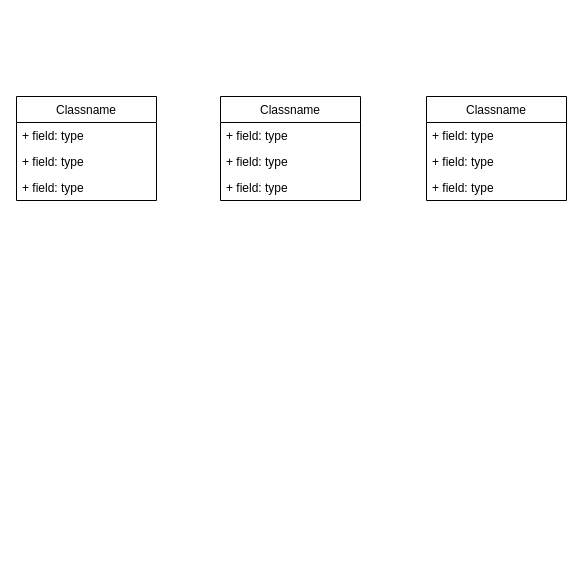
This is Documentation/Diagrams/DrawIO/SynchronesArbeitenTest.drawio from xrchisense/xrevent-client-unity, a draw.io file, before an edit. Source tidied: cells renumbered, new cells numbered last; positions are measured from the earlier drawing's top-left corner, leaving out a move shared by most shapes. Both pictures are drawn from the tidied source at 100%, with x=0, y=0 at pixel (16, 96).
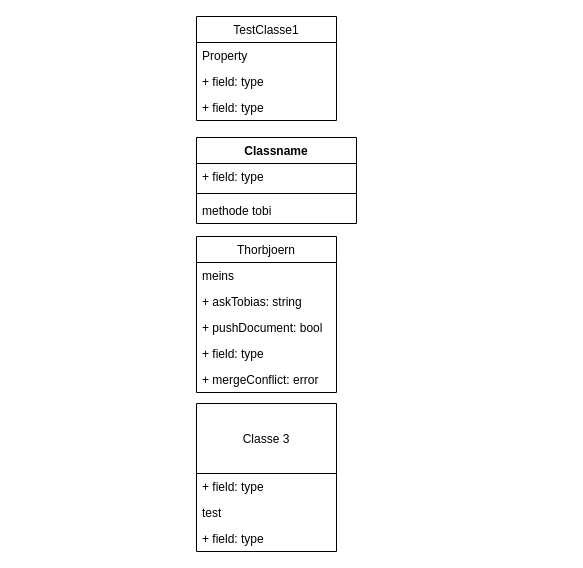
After the change.

What changed in the source:
```diff
@@
 <mxGraphModel>
   <root>
     <mxCell id="0" />
     <mxCell id="1" parent="0" />
-    <mxCell id="2" value="Classname" style="swimlane;fontStyle=0;horizontal=1;startSize=26;fillColor=none;" parent="1" vertex="1">
-      <mxGeometry width="140" height="104" as="geometry" />
+    <mxCell id="2" value="TestClasse1" style="swimlane;fontStyle=0;horizontal=1;startSize=26;fillColor=none;" parent="1" vertex="1">
+      <mxGeometry x="180" y="-80" width="140" height="104" as="geometry" />
     </mxCell>
-    <mxCell id="3" value="+ field: type" style="text;strokeColor=none;fillColor=none;align=left;verticalAlign=top;spacingLeft=4;spacingRight=4;overflow=hidden;" parent="2" vertex="1">
+    <mxCell id="3" value="Property" style="text;strokeColor=none;fillColor=none;align=left;verticalAlign=top;spacingLeft=4;spacingRight=4;overflow=hidden;" parent="2" vertex="1">
       <mxGeometry y="26" width="140" height="26" as="geometry" />
     </mxCell>
     <mxCell id="4" value="+ field: type" style="text;strokeColor=none;fillColor=none;align=left;verticalAlign=top;spacingLeft=4;spacingRight=4;overflow=hidden;" parent="2" vertex="1">
       <mxGeometry y="52" width="140" height="26" as="geometry" />
     </mxCell>
     <mxCell id="5" value="+ field: type" style="text;strokeColor=none;fillColor=none;align=left;verticalAlign=top;spacingLeft=4;spacingRight=4;overflow=hidden;" parent="2" vertex="1">
       <mxGeometry y="78" width="140" height="26" as="geometry" />
     </mxCell>
-    <mxCell id="6" value="Classname" style="swimlane;fontStyle=0;horizontal=1;startSize=26;fillColor=none;" parent="1" vertex="1">
-      <mxGeometry x="204" width="140" height="104" as="geometry" />
+    <mxCell id="6" value="Thorbjoern" style="swimlane;fontStyle=0;horizontal=1;startSize=26;fillColor=none;" parent="1" vertex="1">
+      <mxGeometry x="180" y="140" width="140" height="156" as="geometry" />
     </mxCell>
+    <mxCell id="14" value="meins" style="text;strokeColor=none;fillColor=none;align=left;verticalAlign=top;spacingLeft=4;spacingRight=4;overflow=hidden;" parent="6" vertex="1">
+      <mxGeometry y="26" width="140" height="26" as="geometry" />
+    </mxCell>
-    <mxCell id="7" value="+ field: type" style="text;strokeColor=none;fillColor=none;align=left;verticalAlign=top;spacingLeft=4;spacingRight=4;overflow=hidden;" parent="6" vertex="1">
-      <mxGeometry y="26" width="140" height="26" as="geometry" />
+    <mxCell id="7" value="+ askTobias: string" style="text;strokeColor=none;fillColor=none;align=left;verticalAlign=top;spacingLeft=4;spacingRight=4;overflow=hidden;" parent="6" vertex="1">
+      <mxGeometry y="52" width="140" height="26" as="geometry" />
     </mxCell>
-    <mxCell id="8" value="+ field: type" style="text;strokeColor=none;fillColor=none;align=left;verticalAlign=top;spacingLeft=4;spacingRight=4;overflow=hidden;" parent="6" vertex="1">
-      <mxGeometry y="52" width="140" height="26" as="geometry" />
+    <mxCell id="8" value="+ pushDocument: bool" style="text;strokeColor=none;fillColor=none;align=left;verticalAlign=top;spacingLeft=4;spacingRight=4;overflow=hidden;" parent="6" vertex="1">
+      <mxGeometry y="78" width="140" height="26" as="geometry" />
     </mxCell>
     <mxCell id="9" value="+ field: type" style="text;strokeColor=none;fillColor=none;align=left;verticalAlign=top;spacingLeft=4;spacingRight=4;overflow=hidden;" parent="6" vertex="1">
-      <mxGeometry y="78" width="140" height="26" as="geometry" />
+      <mxGeometry y="104" width="140" height="26" as="geometry" />
     </mxCell>
+    <mxCell id="15" value="+ mergeConflict: error" style="text;strokeColor=none;fillColor=none;align=left;verticalAlign=top;spacingLeft=4;spacingRight=4;overflow=hidden;" parent="6" vertex="1">
+      <mxGeometry y="130" width="140" height="26" as="geometry" />
+    </mxCell>
-    <mxCell id="10" value="Classname" style="swimlane;fontStyle=0;horizontal=1;startSize=26;fillColor=none;" parent="1" vertex="1">
-      <mxGeometry x="410" width="140" height="104" as="geometry" />
+    <mxCell id="10" value="Classe 3" style="swimlane;fontStyle=0;horizontal=1;startSize=70;fillColor=none;" parent="1" vertex="1">
+      <mxGeometry x="180" y="307" width="140" height="148" as="geometry" />
     </mxCell>
     <mxCell id="11" value="+ field: type" style="text;strokeColor=none;fillColor=none;align=left;verticalAlign=top;spacingLeft=4;spacingRight=4;overflow=hidden;" parent="10" vertex="1">
-      <mxGeometry y="26" width="140" height="26" as="geometry" />
+      <mxGeometry y="70" width="140" height="26" as="geometry" />
     </mxCell>
-    <mxCell id="12" value="+ field: type" style="text;strokeColor=none;fillColor=none;align=left;verticalAlign=top;spacingLeft=4;spacingRight=4;overflow=hidden;" parent="10" vertex="1">
-      <mxGeometry y="52" width="140" height="26" as="geometry" />
+    <mxCell id="12" value="test" style="text;strokeColor=none;fillColor=none;align=left;verticalAlign=top;spacingLeft=4;spacingRight=4;overflow=hidden;" parent="10" vertex="1">
+      <mxGeometry y="96" width="140" height="26" as="geometry" />
     </mxCell>
     <mxCell id="13" value="+ field: type" style="text;strokeColor=none;fillColor=none;align=left;verticalAlign=top;spacingLeft=4;spacingRight=4;overflow=hidden;" parent="10" vertex="1">
-      <mxGeometry y="78" width="140" height="26" as="geometry" />
+      <mxGeometry y="122" width="140" height="26" as="geometry" />
     </mxCell>
+    <mxCell id="16" value="Classname" style="swimlane;fontStyle=1;align=center;verticalAlign=top;horizontal=1;startSize=26;" parent="1" vertex="1">
+      <mxGeometry x="180" y="41" width="160" height="86" as="geometry" />
+    </mxCell>
+    <mxCell id="17" value="+ field: type" style="text;strokeColor=none;fillColor=none;align=left;verticalAlign=top;spacingLeft=4;spacingRight=4;overflow=hidden;" parent="16" vertex="1">
+      <mxGeometry y="26" width="160" height="26" as="geometry" />
+    </mxCell>
+    <mxCell id="18" style="line;strokeWidth=1;fillColor=none;align=left;verticalAlign=middle;spacingTop=-1;spacingLeft=3;spacingRight=3;labelPosition=right;strokeColor=inherit;" parent="16" vertex="1">
+      <mxGeometry y="52" width="160" height="8" as="geometry" />
+    </mxCell>
+    <mxCell id="19" value="methode tobi" style="text;strokeColor=none;fillColor=none;align=left;verticalAlign=top;spacingLeft=4;spacingRight=4;overflow=hidden;" parent="16" vertex="1">
+      <mxGeometry y="60" width="160" height="26" as="geometry" />
+    </mxCell>
   </root>
 </mxGraphModel>
```
